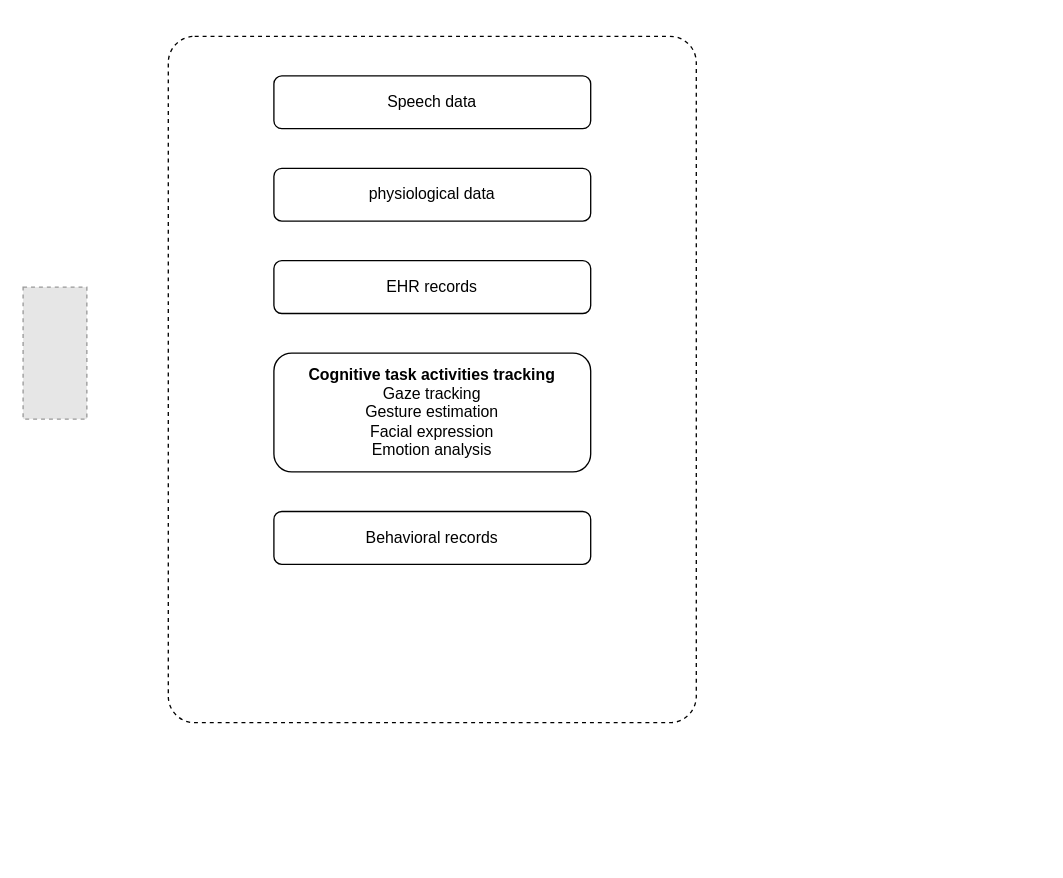
Earlier version of the draw.io diagram Proposla2024.drawio (SahadevPoudel/Visualization). Source tidied: cells renumbered, new cells numbered last; positions are measured from the earlier drawing's top-left corner, leaving out a move shared by most shapes. Both pictures are drawn from the tidied source at 132%, with x=0, y=0 at pixel (22, 36). Pictures stored in the file or linked from it are replaced by grey dashed boxes.
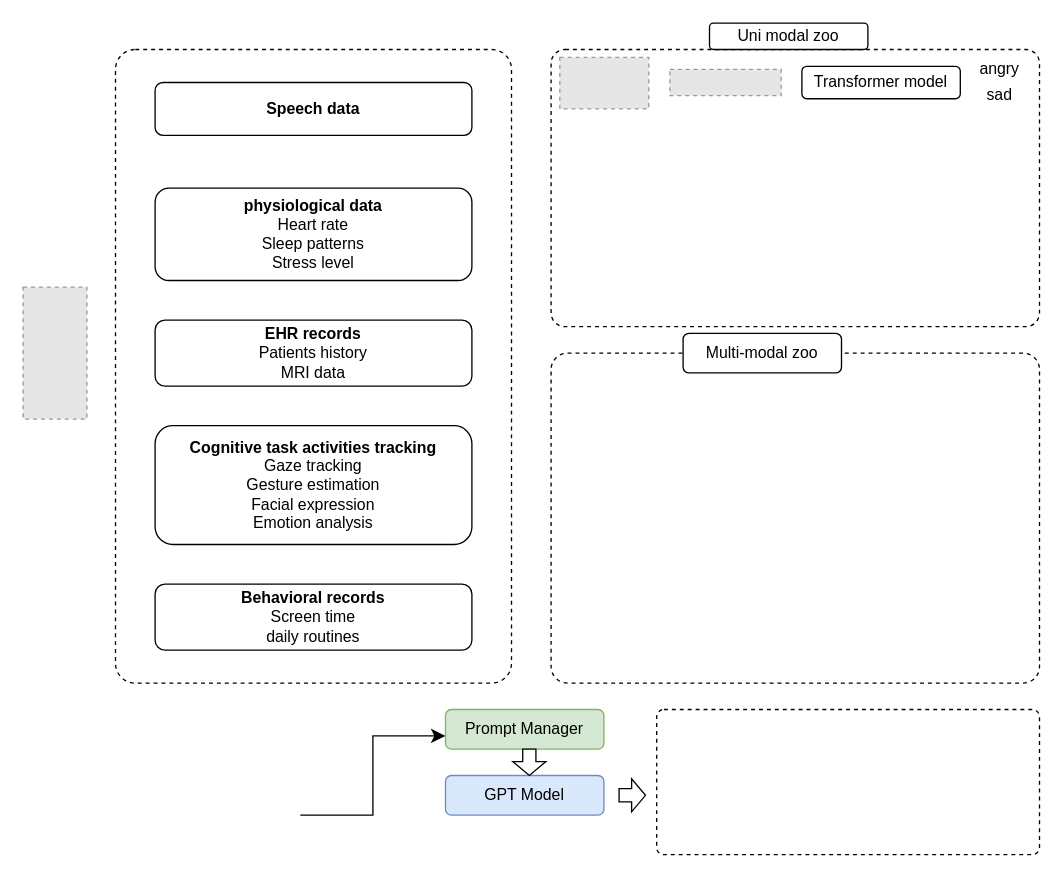
After the change.

Change to the diagram source:
```diff
@@
     <mxCell id="2" style="rounded=1;whiteSpace=wrap;html=1;arcSize=5;dashed=1;" parent="1" vertex="1">
-      <mxGeometry x="110" width="400" height="520" as="geometry" />
+      <mxGeometry x="70" y="10" width="300" height="480" as="geometry" />
     </mxCell>
@@
-    <mxCell id="4" value="Speech data" style="rounded=1;whiteSpace=wrap;html=1;" parent="1" vertex="1">
-      <mxGeometry x="190" y="30" width="240" height="40" as="geometry" />
+    <mxCell id="4" value="&lt;b&gt;Speech data&lt;/b&gt;" style="rounded=1;whiteSpace=wrap;html=1;" parent="1" vertex="1">
+      <mxGeometry x="100" y="35" width="240" height="40" as="geometry" />
     </mxCell>
-    <mxCell id="5" value="physiological data" style="rounded=1;whiteSpace=wrap;html=1;" parent="1" vertex="1">
-      <mxGeometry x="190" y="100" width="240" height="40" as="geometry" />
+    <mxCell id="5" value="&lt;div&gt;&lt;b&gt;physiological data&lt;/b&gt;&lt;/div&gt;&lt;div&gt;Heart rate&lt;/div&gt;&lt;div&gt;Sleep patterns&lt;/div&gt;&lt;div&gt;Stress level&lt;b&gt;&lt;br&gt;&lt;/b&gt;&lt;/div&gt;" style="rounded=1;whiteSpace=wrap;html=1;" parent="1" vertex="1">
+      <mxGeometry x="100" y="115" width="240" height="70" as="geometry" />
     </mxCell>
-    <mxCell id="6" value="EHR records" style="rounded=1;whiteSpace=wrap;html=1;" parent="1" vertex="1">
-      <mxGeometry x="190" y="170" width="240" height="40" as="geometry" />
+    <mxCell id="6" value="&lt;div&gt;&lt;b&gt;EHR records&lt;/b&gt;&lt;/div&gt;&lt;div&gt;Patients history&lt;/div&gt;&lt;div&gt;MRI data&lt;b&gt;&lt;br&gt;&lt;/b&gt;&lt;/div&gt;" style="rounded=1;whiteSpace=wrap;html=1;" parent="1" vertex="1">
+      <mxGeometry x="100" y="215" width="240" height="50" as="geometry" />
     </mxCell>
     <mxCell id="7" value="&lt;div&gt;&lt;b&gt;Cognitive task activities tracking&lt;/b&gt;&lt;/div&gt;&lt;div&gt;Gaze tracking&lt;/div&gt;&lt;div&gt;Gesture estimation&lt;/div&gt;&lt;div&gt;Facial expression&lt;/div&gt;&lt;div&gt;Emotion analysis&lt;br&gt;&lt;/div&gt;" style="rounded=1;whiteSpace=wrap;html=1;" parent="1" vertex="1">
-      <mxGeometry x="190" y="240" width="240" height="90" as="geometry" />
+      <mxGeometry x="100" y="295" width="240" height="90" as="geometry" />
     </mxCell>
-    <mxCell id="8" value="Behavioral records" style="rounded=1;whiteSpace=wrap;html=1;" parent="1" vertex="1">
-      <mxGeometry x="190" y="360" width="240" height="40" as="geometry" />
+    <mxCell id="8" value="&lt;div&gt;&lt;b&gt;Behavioral records&lt;/b&gt;&lt;/div&gt;&lt;div&gt;Screen time&lt;/div&gt;&lt;div&gt;daily routines&lt;br&gt;&lt;/div&gt;" style="rounded=1;whiteSpace=wrap;html=1;" parent="1" vertex="1">
+      <mxGeometry x="100" y="415" width="240" height="50" as="geometry" />
     </mxCell>
+    <mxCell id="9" style="rounded=1;whiteSpace=wrap;html=1;arcSize=5;dashed=1;" parent="1" vertex="1">
+      <mxGeometry x="400" y="10" width="370" height="210" as="geometry" />
+    </mxCell>
+    <mxCell id="10" style="rounded=1;whiteSpace=wrap;html=1;arcSize=5;dashed=1;" parent="1" vertex="1">
+      <mxGeometry x="400" y="240" width="370" height="250" as="geometry" />
+    </mxCell>
+    <mxCell id="11" value="Uni modal zoo" style="rounded=1;whiteSpace=wrap;html=1;" parent="1" vertex="1">
+      <mxGeometry x="520" y="-10" width="120" height="20" as="geometry" />
+    </mxCell>
+    <mxCell id="12" value="Multi-modal zoo" style="rounded=1;whiteSpace=wrap;html=1;" parent="1" vertex="1">
+      <mxGeometry x="500" y="225" width="120" height="30" as="geometry" />
+    </mxCell>
+    <mxCell id="13" style="rounded=1;whiteSpace=wrap;html=1;arcSize=5;dashed=1;" parent="1" vertex="1">
+      <mxGeometry x="480" y="510" width="290" height="110" as="geometry" />
+    </mxCell>
+    <mxCell id="14" value="Prompt Manager" style="rounded=1;whiteSpace=wrap;html=1;fillColor=#d5e8d4;strokeColor=#82b366;" parent="1" vertex="1">
+      <mxGeometry x="320" y="510" width="120" height="30" as="geometry" />
+    </mxCell>
+    <mxCell id="15" value="GPT Model" style="rounded=1;whiteSpace=wrap;html=1;fillColor=#dae8fc;strokeColor=#6c8ebf;" parent="1" vertex="1">
+      <mxGeometry x="320" y="560" width="120" height="30" as="geometry" />
+    </mxCell>
+    <mxCell id="16" style="edgeStyle=elbowEdgeStyle;elbow=horizontal;endArrow=classic;html=1;curved=0;rounded=0;endSize=8;startSize=8;" parent="1" edge="1">
+      <mxGeometry relative="1" as="geometry">
+        <mxPoint x="210" y="590" as="sourcePoint" />
+        <mxPoint x="320" y="530" as="targetPoint" />
+      </mxGeometry>
+    </mxCell>
+    <mxCell id="17" style="shape=singleArrow;direction=south;whiteSpace=wrap;html=1;arrowWidth=0.4;arrowSize=0.525;" parent="1" vertex="1">
+      <mxGeometry x="371" y="540" width="25" height="20" as="geometry" />
+    </mxCell>
+    <mxCell id="18" style="shape=singleArrow;direction=south;whiteSpace=wrap;html=1;arrowWidth=0.4;arrowSize=0.525;rotation=-90;" parent="1" vertex="1">
+      <mxGeometry x="449" y="565" width="25" height="20" as="geometry" />
+    </mxCell>
+    <mxCell id="19" style="fillColor=#E6E6E6;strokeColor=#999999;dashed=1;verticalLabelPosition=bottom;labelBackgroundColor=default;verticalAlign=top;rotation=0;" parent="1" vertex="1">
+      <mxGeometry x="490" y="25" width="84.3" height="20" as="geometry" />
+    </mxCell>
+    <mxCell id="20" style="fillColor=#E6E6E6;strokeColor=#999999;dashed=1;verticalLabelPosition=bottom;labelBackgroundColor=default;verticalAlign=top;" parent="1" vertex="1">
+      <mxGeometry x="406.6" y="16" width="67.4" height="39" as="geometry" />
+    </mxCell>
+    <mxCell id="21" value="Transformer model" style="rounded=1;whiteSpace=wrap;html=1;" parent="1" vertex="1">
+      <mxGeometry x="590" y="22.8" width="120" height="24.5" as="geometry" />
+    </mxCell>
+    <mxCell id="22" value="angry" style="text;strokeColor=none;align=center;fillColor=none;html=1;verticalAlign=middle;whiteSpace=wrap;rounded=0;" parent="1" vertex="1">
+      <mxGeometry x="710" y="10" width="60" height="30" as="geometry" />
+    </mxCell>
+    <mxCell id="23" value="sad" style="text;strokeColor=none;align=center;fillColor=none;html=1;verticalAlign=middle;whiteSpace=wrap;rounded=0;" parent="1" vertex="1">
+      <mxGeometry x="710" y="30" width="60" height="30" as="geometry" />
+    </mxCell>
```
